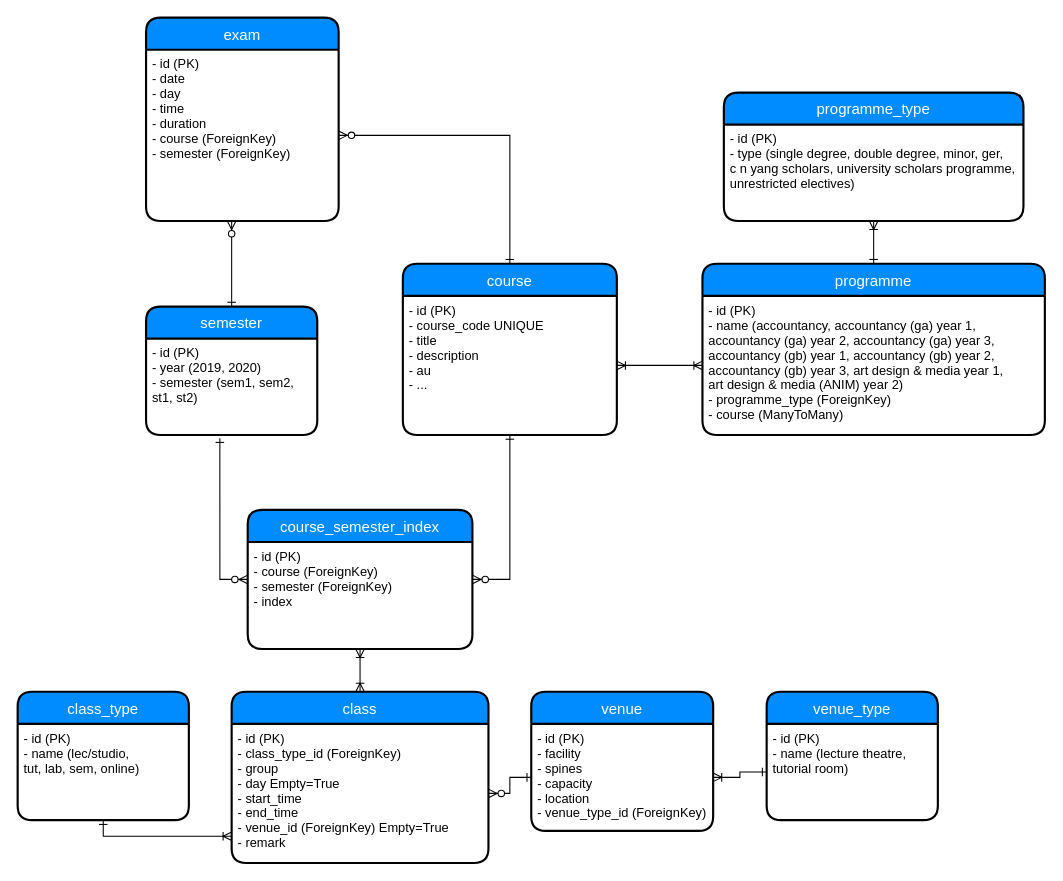
The draw.io diagram backend/models.drawio in alantanlc/ntucourses, before the edit. Source tidied: cells renumbered, new cells numbered last; positions are measured from the earlier drawing's top-left corner, leaving out a move shared by most shapes. Both pictures are drawn from the tidied source at 107%, with x=0, y=0 at pixel (17, 17).
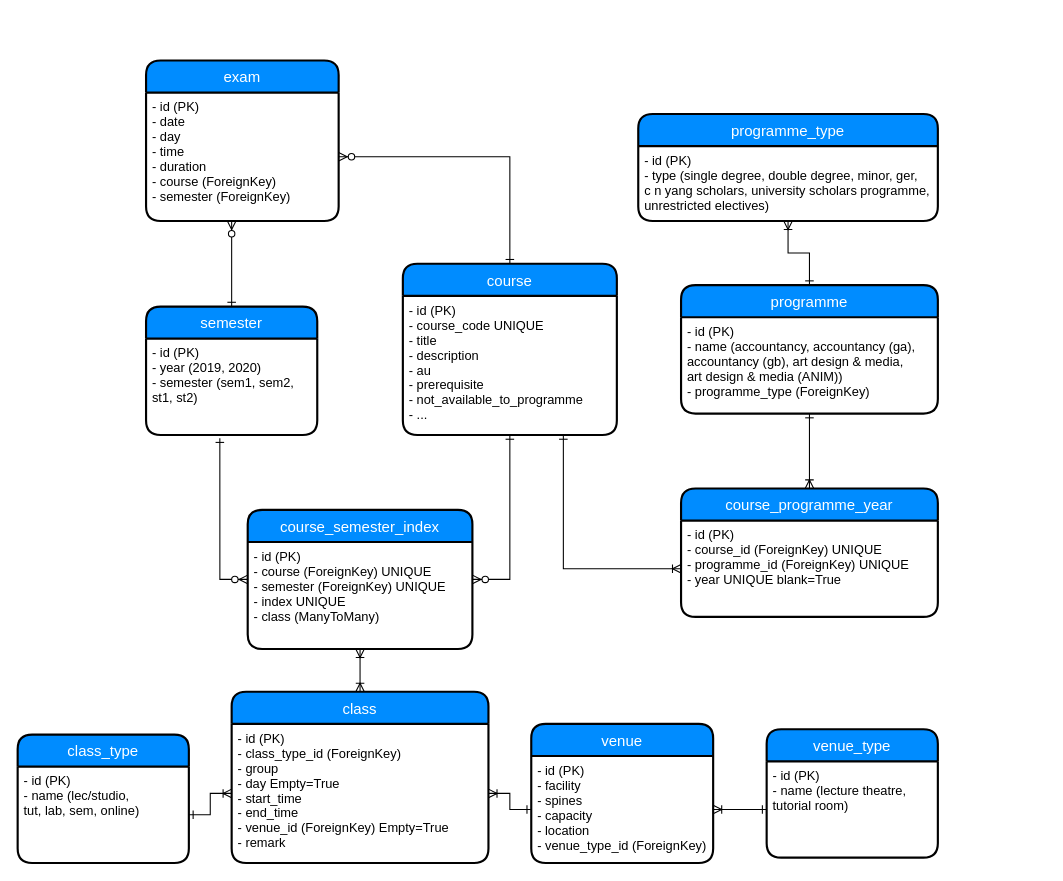
The same page after the edit.

Unchanged cells that the change refers to:
```xml
<mxCell id="6" value="course" style="swimlane;horizontal=1;startSize=30;fillColor=#008cff;fontColor=#FFFFFF;rounded=1;fontSize=14;fontStyle=0;strokeWidth=2;shadow=0;dashed=0;align=center;" parent="1" vertex="1">
  <mxGeometry x="360" y="230" width="200" height="160" as="geometry" />
</mxCell>
<mxCell id="13" value="course_semester_index" style="swimlane;horizontal=1;startSize=30;fillColor=#008cff;fontColor=#FFFFFF;rounded=1;fontSize=14;fontStyle=0;strokeWidth=2;shadow=0;dashed=0;align=center;" parent="1" vertex="1">
  <mxGeometry x="215" y="460" width="210" height="130" as="geometry" />
</mxCell>
<mxCell id="21" value="- id (PK)&#10;- class_type_id (ForeignKey)&#10;- group&#10;- day Empty=True&#10;- start_time&#10;- end_time&#10;- venue_id (ForeignKey) Empty=True&#10;- remark" style="align=left;strokeColor=none;fillColor=none;spacingLeft=4;fontSize=12;verticalAlign=top;" parent="20" vertex="1">
  <mxGeometry y="30" width="240" height="130" as="geometry" />
</mxCell>
<mxCell id="23" value="- id (PK)&#10;- facility&#10;- spines&#10;- capacity&#10;- location&#10;- venue_type_id (ForeignKey)" style="align=left;strokeColor=none;fillColor=none;spacingLeft=4;fontSize=12;verticalAlign=top;" parent="22" vertex="1">
  <mxGeometry y="30" width="170" height="100" as="geometry" />
</mxCell>
<mxCell id="27" value="- id (PK)&#10;- name (lec/studio, &#10;tut, lab, sem, online)" style="align=left;strokeColor=none;fillColor=none;spacingLeft=4;fontSize=12;verticalAlign=top;" parent="26" vertex="1">
  <mxGeometry y="30" width="160" height="90" as="geometry" />
</mxCell>
```

Diff of the diagram source:
```diff
@@
-    <mxCell id="2" style="edgeStyle=orthogonalEdgeStyle;rounded=0;jettySize=auto;html=1;startArrow=ERone;startFill=0;endArrow=ERzeroToMany;endFill=1;exitX=0;exitY=0.5;exitDx=0;exitDy=0;" parent="1" edge="1" source="23" target="21">
+    <mxCell id="2" style="edgeStyle=orthogonalEdgeStyle;rounded=0;jettySize=auto;html=1;startArrow=ERone;startFill=0;endArrow=ERoneToMany;endFill=0;exitX=0;exitY=0.5;exitDx=0;exitDy=0;" parent="1" edge="1" source="23" target="21">
       <mxGeometry relative="1" as="geometry" />
     </mxCell>
@@
-    <mxCell id="5" style="edgeStyle=orthogonalEdgeStyle;rounded=0;jettySize=auto;html=1;startArrow=ERone;startFill=0;endArrow=ERoneToMany;endFill=0;" parent="1" edge="1" source="26" target="21">
-      <mxGeometry relative="1" as="geometry">
-        <Array as="points">
-          <mxPoint x="180" y="765" />
-          <mxPoint x="180" y="765" />
-        </Array>
-      </mxGeometry>
+    <mxCell id="5" style="edgeStyle=orthogonalEdgeStyle;rounded=0;jettySize=auto;html=1;startArrow=ERone;startFill=0;endArrow=ERoneToMany;endFill=0;exitX=1;exitY=0.5;exitDx=0;exitDy=0;" parent="1" edge="1" source="27" target="21">
+      <mxGeometry relative="1" as="geometry" />
     </mxCell>
@@
-    <mxCell id="7" value="- id (PK)&#10;- course_code UNIQUE&#10;- title&#10;- description&#10;- au&#10;- ..." style="align=left;strokeColor=none;fillColor=none;spacingLeft=4;fontSize=12;verticalAlign=top;" parent="6" vertex="1">
+    <mxCell id="7" value="- id (PK)&#10;- course_code UNIQUE&#10;- title&#10;- description&#10;- au&#10;- prerequisite&#10;- not_available_to_programme&#10;- ..." style="align=left;strokeColor=none;fillColor=none;spacingLeft=4;fontSize=12;verticalAlign=top;" parent="6" vertex="1">
       <mxGeometry y="30" width="200" height="130" as="geometry" />
     </mxCell>
-    <mxCell id="8" style="edgeStyle=orthogonalEdgeStyle;rounded=0;jettySize=auto;html=1;startArrow=ERoneToMany;startFill=0;endArrow=ERoneToMany;endFill=0;" parent="1" edge="1" source="7" target="29">
-      <mxGeometry relative="1" as="geometry" />
-    </mxCell>
@@
-    <mxCell id="14" value="- id (PK)&#10;- course (ForeignKey)&#10;- semester (ForeignKey)&#10;- index" style="align=left;strokeColor=none;fillColor=none;spacingLeft=4;fontSize=12;verticalAlign=top;" parent="13" vertex="1">
+    <mxCell id="14" value="- id (PK)&#10;- course (ForeignKey) UNIQUE&#10;- semester (ForeignKey) UNIQUE&#10;- index UNIQUE&#10;- class (ManyToMany)" style="align=left;strokeColor=none;fillColor=none;spacingLeft=4;fontSize=12;verticalAlign=top;" parent="13" vertex="1">
       <mxGeometry y="30" width="210" height="100" as="geometry" />
     </mxCell>
@@
-    <mxCell id="16" value="exam" style="swimlane;horizontal=1;startSize=30;fillColor=#008cff;fontColor=#FFFFFF;rounded=1;fontSize=14;fontStyle=0;strokeWidth=2;shadow=0;dashed=0;align=center;" parent="1" vertex="1">
-      <mxGeometry x="120" width="180" height="190" as="geometry" />
-    </mxCell>
-    <mxCell id="17" value="- id (PK)&#10;- date&#10;- day&#10;- time&#10;- duration&#10;- course (ForeignKey)&#10;- semester (ForeignKey)" style="align=left;strokeColor=none;fillColor=none;spacingLeft=4;fontSize=12;verticalAlign=top;" parent="16" vertex="1">
-      <mxGeometry y="30" width="180" height="160" as="geometry" />
-    </mxCell>
@@
+    <mxCell id="32" style="edgeStyle=orthogonalEdgeStyle;rounded=0;jettySize=auto;html=1;endArrow=ERoneToMany;endFill=0;startArrow=ERone;startFill=0;" parent="1" edge="1" source="29" target="34">
+      <mxGeometry relative="1" as="geometry" />
+    </mxCell>
+    <mxCell id="33" style="edgeStyle=orthogonalEdgeStyle;rounded=0;jettySize=auto;html=1;entryX=0.75;entryY=1;entryDx=0;entryDy=0;startArrow=ERoneToMany;startFill=0;endArrow=ERone;endFill=0;" parent="1" edge="1" source="35" target="7">
+      <mxGeometry relative="1" as="geometry" />
+    </mxCell>
+    <mxCell id="16" value="exam" style="swimlane;horizontal=1;startSize=30;fillColor=#008cff;fontColor=#FFFFFF;rounded=1;fontSize=14;fontStyle=0;strokeWidth=2;shadow=0;dashed=0;align=center;" parent="1" vertex="1">
+      <mxGeometry x="120" y="40" width="180" height="150" as="geometry" />
+    </mxCell>
+    <mxCell id="17" value="- id (PK)&#10;- date&#10;- day&#10;- time&#10;- duration&#10;- course (ForeignKey)&#10;- semester (ForeignKey)" style="align=left;strokeColor=none;fillColor=none;spacingLeft=4;fontSize=12;verticalAlign=top;" parent="16" vertex="1">
+      <mxGeometry y="30" width="180" height="120" as="geometry" />
+    </mxCell>
+    <mxCell id="34" value="course_programme_year" style="swimlane;horizontal=1;startSize=30;fillColor=#008cff;fontColor=#FFFFFF;rounded=1;fontSize=14;fontStyle=0;strokeWidth=2;shadow=0;dashed=0;align=center;" parent="1" vertex="1">
+      <mxGeometry x="620" y="440" width="240" height="120" as="geometry" />
+    </mxCell>
+    <mxCell id="35" value="- id (PK)&#10;- course_id (ForeignKey) UNIQUE&#10;- programme_id (ForeignKey) UNIQUE&#10;- year UNIQUE blank=True" style="align=left;strokeColor=none;fillColor=none;spacingLeft=4;fontSize=12;verticalAlign=top;" parent="34" vertex="1">
+      <mxGeometry y="30" width="240" height="90" as="geometry" />
+    </mxCell>
+    <mxCell id="28" value="programme" style="swimlane;horizontal=1;startSize=30;fillColor=#008cff;fontColor=#FFFFFF;rounded=1;fontSize=14;fontStyle=0;strokeWidth=2;shadow=0;dashed=0;align=center;" parent="1" vertex="1">
+      <mxGeometry x="620" y="250" width="240" height="120" as="geometry" />
+    </mxCell>
+    <mxCell id="29" value="- id (PK)&#10;- name (accountancy, accountancy (ga), &#10;accountancy (gb), art design &amp; media,&#10;art design &amp; media (ANIM))&#10;- programme_type (ForeignKey)" style="align=left;strokeColor=none;fillColor=none;spacingLeft=4;fontSize=12;verticalAlign=top;" parent="28" vertex="1">
+      <mxGeometry y="30" width="240" height="90" as="geometry" />
+    </mxCell>
+    <mxCell id="30" value="programme_type" style="swimlane;horizontal=1;startSize=30;fillColor=#008cff;fontColor=#FFFFFF;rounded=1;fontSize=14;fontStyle=0;strokeWidth=2;shadow=0;dashed=0;align=center;" parent="1" vertex="1">
+      <mxGeometry x="580" y="90" width="280" height="100" as="geometry" />
+    </mxCell>
+    <mxCell id="31" value="- id (PK)&#10;- type (single degree, double degree, minor, ger, &#10;c n yang scholars, university scholars programme, &#10;unrestricted electives) " style="align=left;strokeColor=none;fillColor=none;spacingLeft=4;fontSize=12;verticalAlign=top;" parent="30" vertex="1">
+      <mxGeometry y="30" width="280" height="70" as="geometry" />
+    </mxCell>
     <mxCell id="22" value="venue" style="swimlane;horizontal=1;startSize=30;fillColor=#008cff;fontColor=#FFFFFF;rounded=1;fontSize=14;fontStyle=0;strokeWidth=2;shadow=0;dashed=0;align=center;" parent="1" vertex="1">
-      <mxGeometry x="480" y="630" width="170" height="130" as="geometry" />
+      <mxGeometry x="480" y="660" width="170" height="130" as="geometry" />
     </mxCell>
@@
     <mxCell id="24" value="venue_type" style="swimlane;horizontal=1;startSize=30;fillColor=#008cff;fontColor=#FFFFFF;rounded=1;fontSize=14;fontStyle=0;strokeWidth=2;shadow=0;dashed=0;align=center;" parent="1" vertex="1">
-      <mxGeometry x="700" y="630" width="160" height="120" as="geometry" />
+      <mxGeometry x="700" y="665" width="160" height="120" as="geometry" />
     </mxCell>
@@
     <mxCell id="26" value="class_type" style="swimlane;horizontal=1;startSize=30;fillColor=#008cff;fontColor=#FFFFFF;rounded=1;fontSize=14;fontStyle=0;strokeWidth=2;shadow=0;dashed=0;align=center;" parent="1" vertex="1">
-      <mxGeometry y="630" width="160" height="120" as="geometry" />
+      <mxGeometry y="670" width="160" height="120" as="geometry" />
     </mxCell>
@@
-    <mxCell id="28" value="programme" style="swimlane;horizontal=1;startSize=30;fillColor=#008cff;fontColor=#FFFFFF;rounded=1;fontSize=14;fontStyle=0;strokeWidth=2;shadow=0;dashed=0;align=center;" parent="1" vertex="1">
-      <mxGeometry x="640" y="230" width="320" height="160" as="geometry" />
-    </mxCell>
-    <mxCell id="29" value="- id (PK)&#10;- name (accountancy, accountancy (ga) year 1, &#10;accountancy (ga) year 2, accountancy (ga) year 3, &#10;accountancy (gb) year 1, accountancy (gb) year 2, &#10;accountancy (gb) year 3, art design &amp; media year 1,&#10;art design &amp; media (ANIM) year 2)&#10;- programme_type (ForeignKey)&#10;- course (ManyToMany)" style="align=left;strokeColor=none;fillColor=none;spacingLeft=4;fontSize=12;verticalAlign=top;" parent="28" vertex="1">
-      <mxGeometry y="30" width="320" height="130" as="geometry" />
-    </mxCell>
-    <mxCell id="30" value="programme_type" style="swimlane;horizontal=1;startSize=30;fillColor=#008cff;fontColor=#FFFFFF;rounded=1;fontSize=14;fontStyle=0;strokeWidth=2;shadow=0;dashed=0;align=center;" parent="1" vertex="1">
-      <mxGeometry x="660" y="70" width="280" height="120" as="geometry" />
-    </mxCell>
-    <mxCell id="31" value="- id (PK)&#10;- type (single degree, double degree, minor, ger, &#10;c n yang scholars, university scholars programme, &#10;unrestricted electives) " style="align=left;strokeColor=none;fillColor=none;spacingLeft=4;fontSize=12;verticalAlign=top;" parent="30" vertex="1">
-      <mxGeometry y="30" width="280" height="90" as="geometry" />
-    </mxCell>
```
